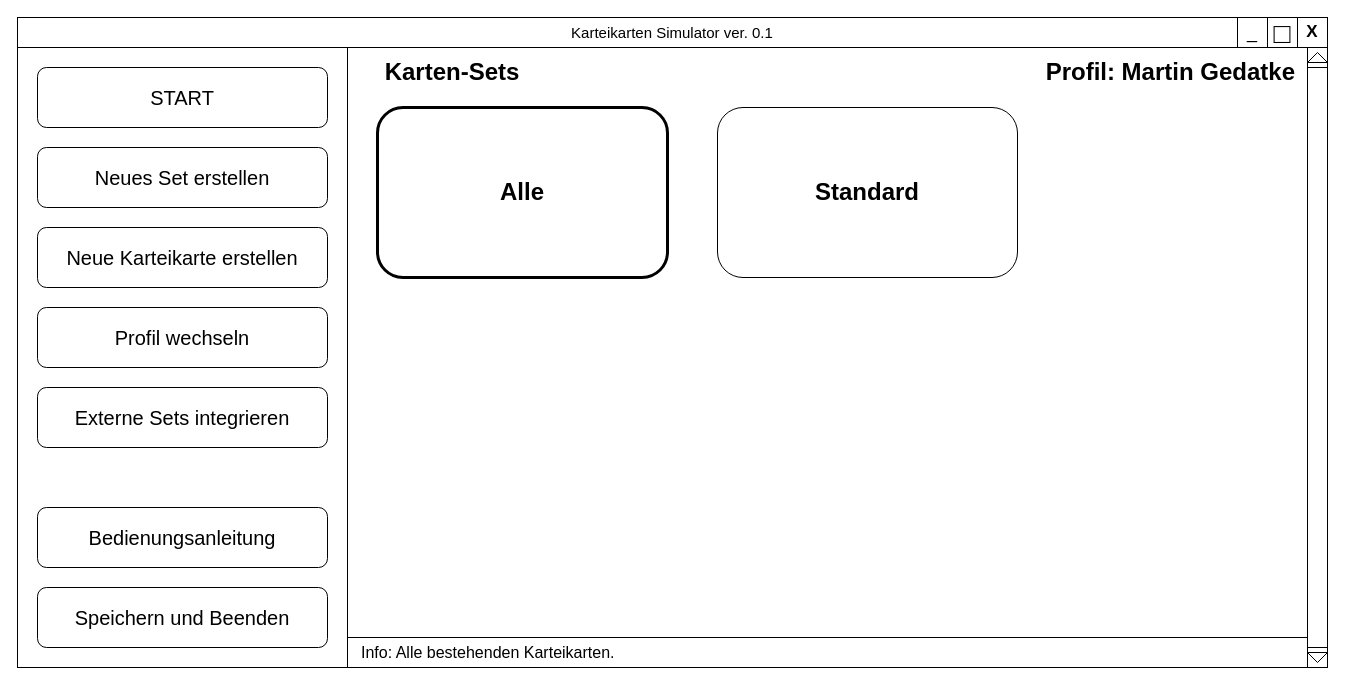
The draw.io diagram page "Main Menu" (1 of 2) of Karteikarten/Planung/UI_Design.drawio in Itisn1tmyname/MaGe_Productions, before the edit. Source tidied: cells renumbered, new cells numbered last; positions are measured from the earlier drawing's top-left corner, leaving out a move shared by most shapes. Both pictures are drawn from the tidied source at 100%, with x=0, y=0 at pixel (17, 17).
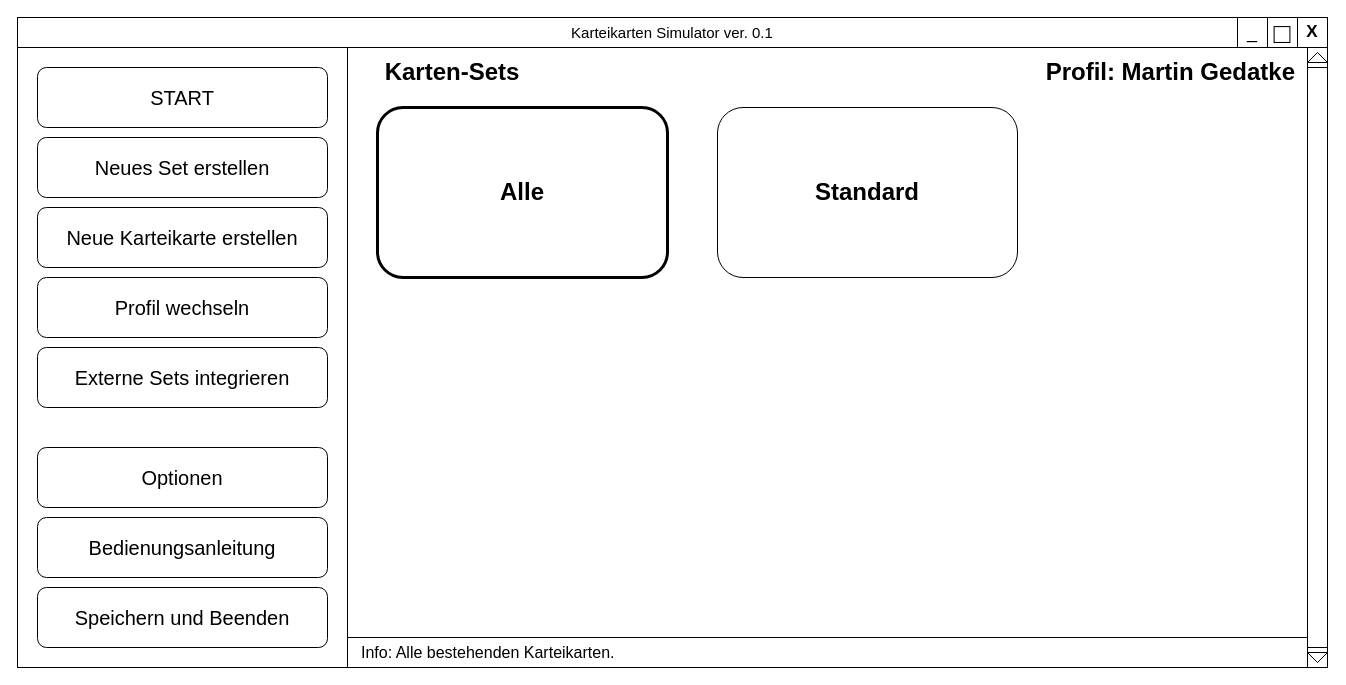
After the change.

Diff of the diagram source:
```diff
@@
     <mxCell id="8" value="&lt;font style=&quot;font-size: 20px;&quot;&gt;Neues Set erstellen&lt;/font&gt;" style="rounded=1;whiteSpace=wrap;html=1;" parent="1" vertex="1">
-      <mxGeometry x="20" y="130" width="290" height="60" as="geometry" />
+      <mxGeometry x="20" y="120" width="290" height="60" as="geometry" />
     </mxCell>
     <mxCell id="9" value="&lt;span style=&quot;font-size: 20px;&quot;&gt;Bedienungsanleitung&lt;/span&gt;" style="rounded=1;whiteSpace=wrap;html=1;" parent="1" vertex="1">
-      <mxGeometry x="20" y="490" width="290" height="60" as="geometry" />
+      <mxGeometry x="20" y="500" width="290" height="60" as="geometry" />
     </mxCell>
@@
     <mxCell id="20" value="&lt;span style=&quot;font-size: 20px;&quot;&gt;Profil wechseln&lt;/span&gt;" style="rounded=1;whiteSpace=wrap;html=1;" parent="1" vertex="1">
-      <mxGeometry x="20" y="290" width="290" height="60" as="geometry" />
+      <mxGeometry x="20" y="260" width="290" height="60" as="geometry" />
     </mxCell>
@@
     <mxCell id="23" value="&lt;span style=&quot;font-size: 20px;&quot;&gt;Neue Karteikarte erstellen&lt;/span&gt;" style="rounded=1;whiteSpace=wrap;html=1;" parent="1" vertex="1">
-      <mxGeometry x="20" y="210" width="290" height="60" as="geometry" />
+      <mxGeometry x="20" y="190" width="290" height="60" as="geometry" />
     </mxCell>
     <mxCell id="24" value="&lt;span style=&quot;font-size: 20px;&quot;&gt;Externe Sets integrieren&lt;/span&gt;" style="rounded=1;whiteSpace=wrap;html=1;" parent="1" vertex="1">
-      <mxGeometry x="20" y="370" width="290" height="60" as="geometry" />
+      <mxGeometry x="20" y="330" width="290" height="60" as="geometry" />
     </mxCell>
+    <mxCell id="25" value="&lt;span style=&quot;font-size: 20px;&quot;&gt;Optionen&lt;/span&gt;" style="rounded=1;whiteSpace=wrap;html=1;" parent="1" vertex="1">
+      <mxGeometry x="20" y="430" width="290" height="60" as="geometry" />
+    </mxCell>
```
